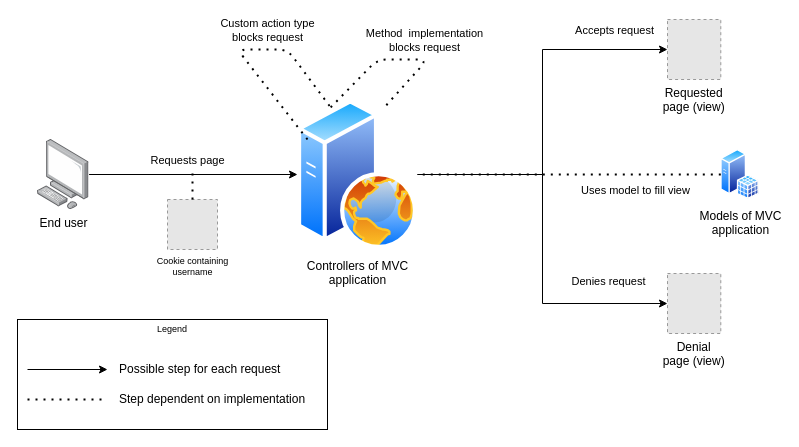
pikawika/VUB-SA-assignment-2 keeps this draw.io diagram as diagrams/protecting-pages/protecting-pages.drawio. Above is the earlier version. Source tidied: cells renumbered, new cells numbered last; positions are measured from the earlier drawing's top-left corner, leaving out a move shared by most shapes. Both pictures are drawn from the tidied source at 100%, with x=0, y=0 at pixel (17, 19). Pictures stored in the file or linked from it are replaced by grey dashed boxes.
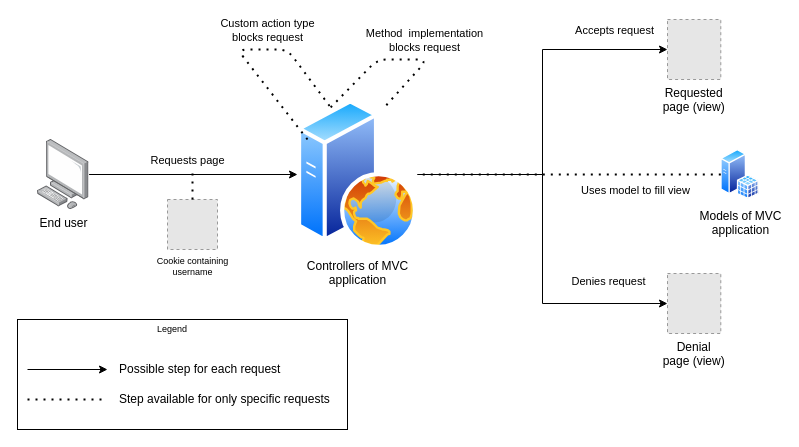
The same diagram, later.

What changed in the source:
```diff
@@
     <mxCell id="19" value="&lt;p style=&quot;line-height: 0%&quot;&gt;&lt;br&gt;&lt;/p&gt;" style="rounded=0;whiteSpace=wrap;html=1;align=left;" parent="1" vertex="1">
-      <mxGeometry y="300" width="310" height="110" as="geometry" />
+      <mxGeometry y="300" width="330" height="110" as="geometry" />
     </mxCell>
@@
-    <mxCell id="24" value="Step dependent on implementation" style="text;html=1;strokeColor=none;fillColor=none;align=left;verticalAlign=middle;whiteSpace=wrap;rounded=0;" parent="1" vertex="1">
-      <mxGeometry x="100" y="370" width="190" height="20" as="geometry" />
+    <mxCell id="24" value="Step available for only specific requests" style="text;html=1;strokeColor=none;fillColor=none;align=left;verticalAlign=middle;whiteSpace=wrap;rounded=0;" parent="1" vertex="1">
+      <mxGeometry x="100" y="370" width="230" height="20" as="geometry" />
     </mxCell>
```
